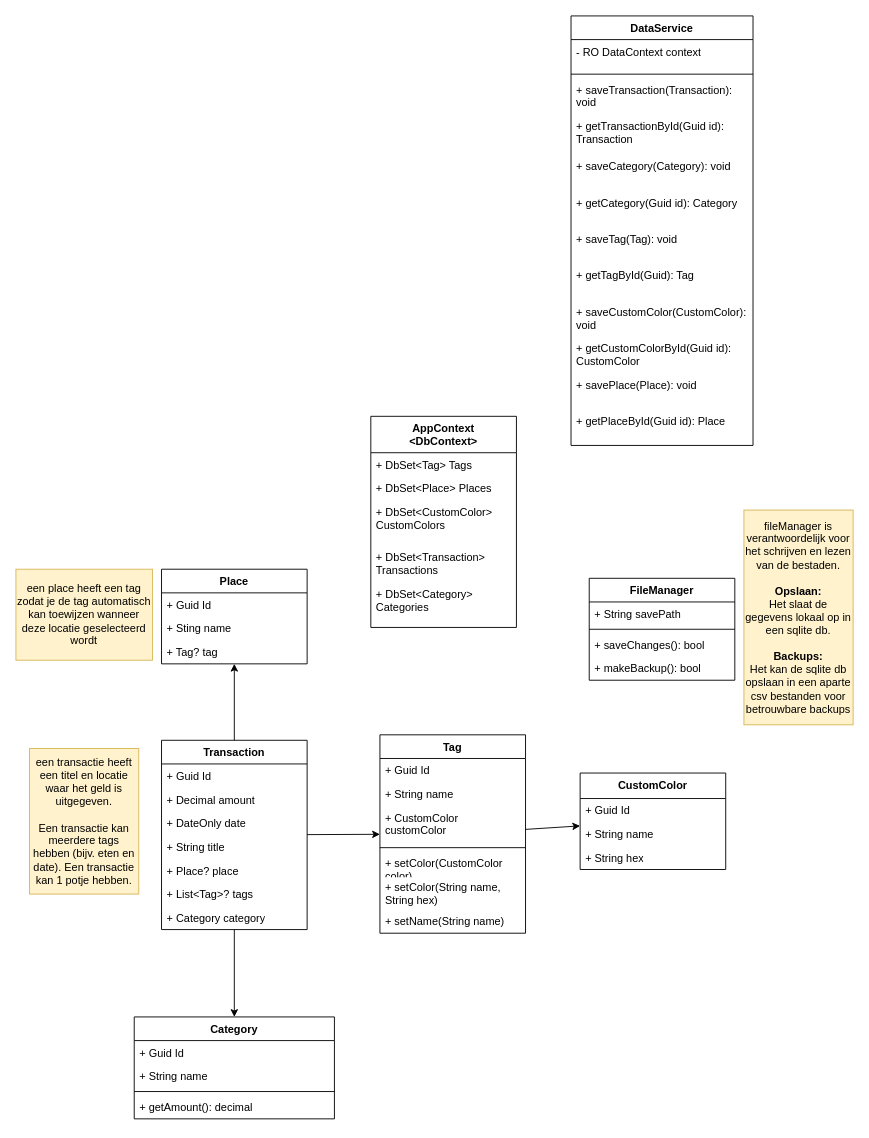
RubenZwinkels/ROOS keeps this draw.io diagram as class-diagram.drawio. Above is the earlier version. Source tidied: cells renumbered, new cells numbered last; positions are measured from the earlier drawing's top-left corner, leaving out a move shared by most shapes. Both pictures are drawn from the tidied source at 91%, with x=0, y=0 at pixel (15, 15).
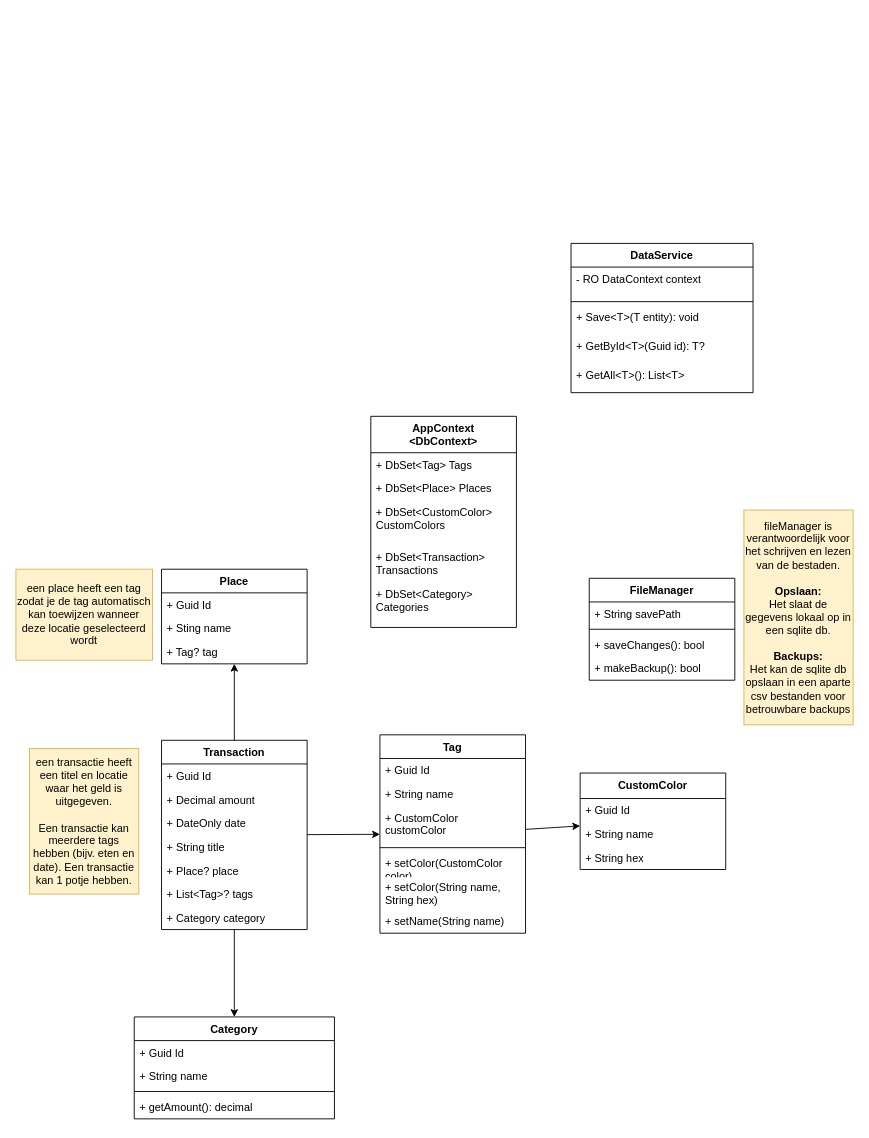
After the change.

Diff of the diagram source:
```diff
@@
     <mxCell id="49" value="DataService" style="swimlane;fontStyle=1;align=center;verticalAlign=top;horizontal=1;startSize=26;whiteSpace=wrap;html=1;" parent="1" vertex="1">
-      <mxGeometry x="610" width="200" height="472" as="geometry" />
+      <mxGeometry x="610" y="250" width="200" height="164" as="geometry" />
     </mxCell>
@@
-    <mxCell id="52" value="+ saveTransaction(Transaction): void" style="text;strokeColor=none;fillColor=none;align=left;verticalAlign=top;spacingLeft=4;spacingRight=4;overflow=hidden;whiteSpace=wrap;html=1;" parent="49" vertex="1">
-      <mxGeometry y="68" width="200" height="40" as="geometry" />
-    </mxCell>
-    <mxCell id="53" value="+ getTransactionById(Guid id): Transaction" style="text;strokeColor=none;fillColor=none;align=left;verticalAlign=top;spacingLeft=4;spacingRight=4;overflow=hidden;whiteSpace=wrap;html=1;" parent="49" vertex="1">
-      <mxGeometry y="108" width="200" height="44" as="geometry" />
-    </mxCell>
-    <mxCell id="54" value="+ saveCategory(Category): void" style="text;strokeColor=none;fillColor=none;align=left;verticalAlign=top;spacingLeft=4;spacingRight=4;overflow=hidden;whiteSpace=wrap;html=1;" parent="49" vertex="1">
-      <mxGeometry y="152" width="200" height="40" as="geometry" />
-    </mxCell>
-    <mxCell id="55" value="+ getCategory(Guid id): Category" style="text;strokeColor=none;fillColor=none;align=left;verticalAlign=top;spacingLeft=4;spacingRight=4;overflow=hidden;whiteSpace=wrap;html=1;" parent="49" vertex="1">
-      <mxGeometry y="192" width="200" height="40" as="geometry" />
-    </mxCell>
-    <mxCell id="56" value="+ saveTag(Tag): void" style="text;strokeColor=none;fillColor=none;align=left;verticalAlign=top;spacingLeft=4;spacingRight=4;overflow=hidden;whiteSpace=wrap;html=1;" parent="49" vertex="1">
-      <mxGeometry y="232" width="200" height="40" as="geometry" />
-    </mxCell>
-    <mxCell id="57" value="+ getTagById(Guid): Tag" style="text;strokeColor=none;fillColor=none;align=left;verticalAlign=top;spacingLeft=4;spacingRight=4;overflow=hidden;whiteSpace=wrap;html=1;" parent="49" vertex="1">
-      <mxGeometry y="272" width="200" height="40" as="geometry" />
-    </mxCell>
-    <mxCell id="58" value="+ saveCustomColor(CustomColor): void" style="text;strokeColor=none;fillColor=none;align=left;verticalAlign=top;spacingLeft=4;spacingRight=4;overflow=hidden;whiteSpace=wrap;html=1;" parent="49" vertex="1">
-      <mxGeometry y="312" width="200" height="40" as="geometry" />
-    </mxCell>
-    <mxCell id="59" value="+ getCustomColorById(Guid id): CustomColor" style="text;strokeColor=none;fillColor=none;align=left;verticalAlign=top;spacingLeft=4;spacingRight=4;overflow=hidden;whiteSpace=wrap;html=1;" parent="49" vertex="1">
-      <mxGeometry y="352" width="200" height="40" as="geometry" />
-    </mxCell>
-    <mxCell id="60" value="+ savePlace(Place): void" style="text;strokeColor=none;fillColor=none;align=left;verticalAlign=top;spacingLeft=4;spacingRight=4;overflow=hidden;whiteSpace=wrap;html=1;" parent="49" vertex="1">
-      <mxGeometry y="392" width="200" height="40" as="geometry" />
-    </mxCell>
-    <mxCell id="61" value="+ getPlaceById(Guid id): Place" style="text;strokeColor=none;fillColor=none;align=left;verticalAlign=top;spacingLeft=4;spacingRight=4;overflow=hidden;whiteSpace=wrap;html=1;" parent="49" vertex="1">
-      <mxGeometry y="432" width="200" height="40" as="geometry" />
-    </mxCell>
+    <mxCell id="62" value="+ Save&amp;lt;T&amp;gt;(T entity): void" style="text;strokeColor=none;fillColor=none;align=left;verticalAlign=top;spacingLeft=4;spacingRight=4;overflow=hidden;whiteSpace=wrap;html=1;" parent="49" vertex="1">
+      <mxGeometry y="68" width="200" height="32" as="geometry" />
+    </mxCell>
+    <mxCell id="63" value="+ GetById&amp;lt;T&amp;gt;(Guid id): T?" style="text;strokeColor=none;fillColor=none;align=left;verticalAlign=top;spacingLeft=4;spacingRight=4;overflow=hidden;whiteSpace=wrap;html=1;" parent="49" vertex="1">
+      <mxGeometry y="100" width="200" height="32" as="geometry" />
+    </mxCell>
+    <mxCell id="64" value="+ GetAll&amp;lt;T&amp;gt;(): List&amp;lt;T&amp;gt;" style="text;strokeColor=none;fillColor=none;align=left;verticalAlign=top;spacingLeft=4;spacingRight=4;overflow=hidden;whiteSpace=wrap;html=1;" parent="49" vertex="1">
+      <mxGeometry y="132" width="200" height="32" as="geometry" />
+    </mxCell>
```
